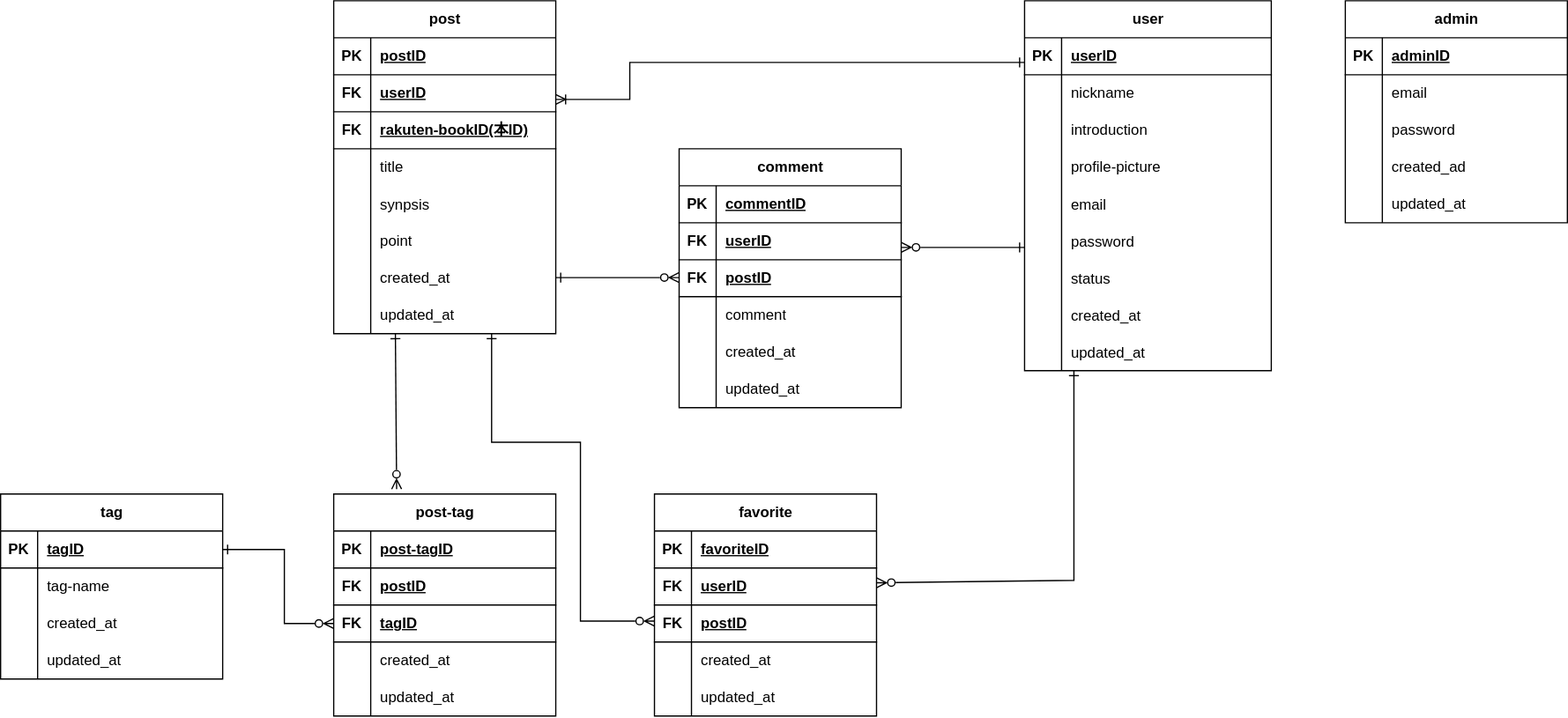
juju8899/honryokan keeps this draw.io diagram as PF.ER図.drawio.svg. Above is the earlier version. Source tidied: cells renumbered, new cells last; positions are measured from the earlier drawing's top-left corner, leaving out a move shared by most shapes.
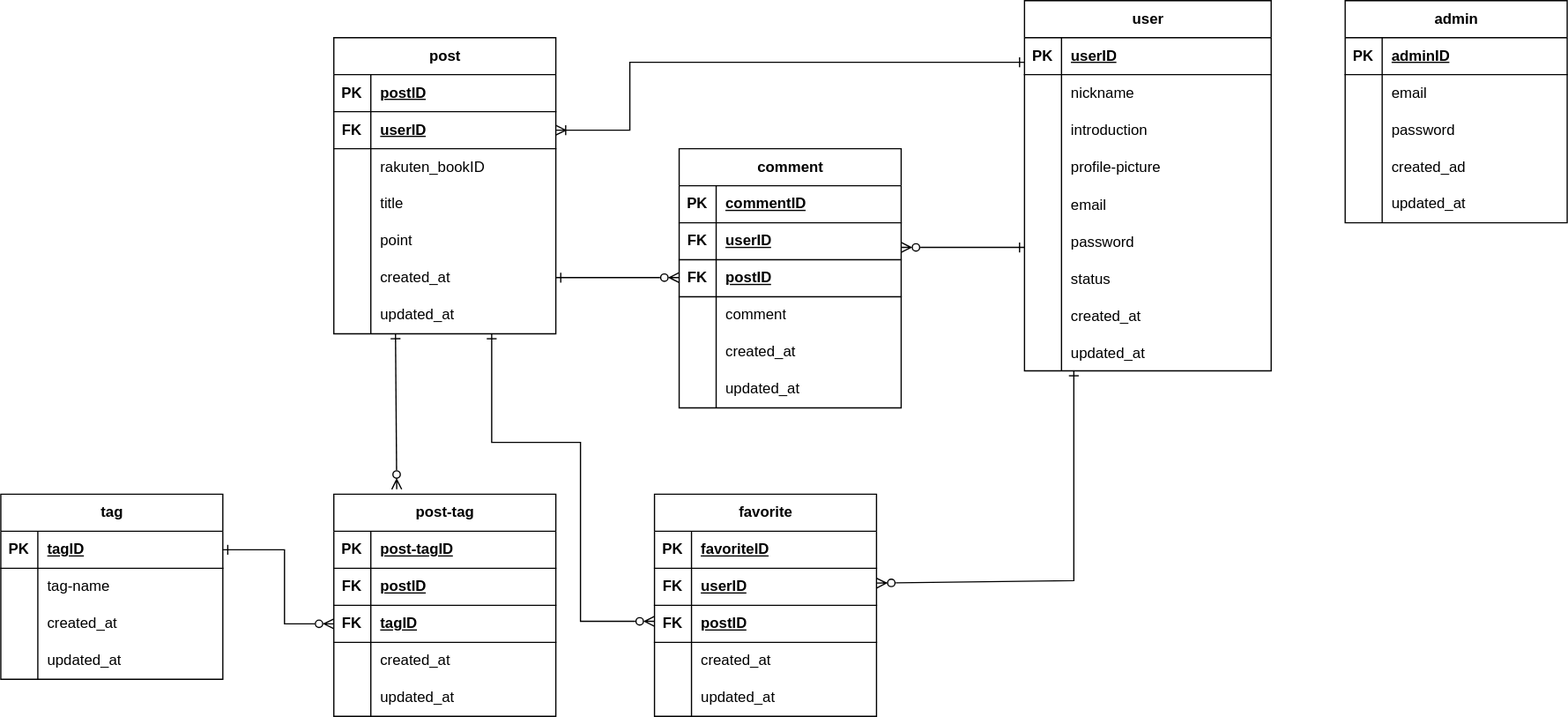
The same diagram one commit later.

Diff of the diagram source:
```diff
@@ -3,7 +3,7 @@
     <mxCell id="0" />
     <mxCell id="1" parent="0" />
     <mxCell id="2" value="post" style="shape=table;startSize=30;rowLines=0;fontStyle=1;align=center;html=1;" parent="1" vertex="1">
-      <mxGeometry x="270" width="180" height="270" as="geometry" />
+      <mxGeometry x="270" y="30" width="180" height="240" as="geometry" />
     </mxCell>
     <mxCell id="3" style="shape=tableRow;horizontal=0;startSize=0;swimlaneHead=0;swimlaneBody=0;fillColor=none;top=0;left=0;right=0;bottom=1;" parent="2" vertex="1">
       <mxGeometry y="30" width="180" height="30" as="geometry" />
@@ -23,15 +23,15 @@
     <mxCell id="8" value="userID" style="shape=partialRectangle;fillColor=none;top=0;left=0;bottom=0;right=0;align=left;spacingLeft=6;fontStyle=5;overflow=hidden;whiteSpace=wrap;html=1;" parent="6" vertex="1">
       <mxGeometry x="30" width="150" height="30" as="geometry" />
     </mxCell>
-    <mxCell id="9" style="shape=tableRow;horizontal=0;startSize=0;swimlaneHead=0;swimlaneBody=0;fillColor=none;top=0;left=0;right=0;bottom=1;" parent="2" vertex="1">
-      <mxGeometry y="90" width="180" height="30" as="geometry" />
-    </mxCell>
-    <mxCell id="10" value="FK" style="shape=partialRectangle;fillColor=none;top=0;left=0;bottom=0;right=0;fontStyle=1;overflow=hidden;whiteSpace=wrap;html=1;" parent="9" vertex="1">
-      <mxGeometry width="30" height="30" as="geometry" />
-    </mxCell>
-    <mxCell id="11" value="rakuten-bookID(本ID)" style="shape=partialRectangle;fillColor=none;top=0;left=0;bottom=0;right=0;align=left;spacingLeft=6;fontStyle=5;overflow=hidden;whiteSpace=wrap;html=1;" parent="9" vertex="1">
-      <mxGeometry x="30" width="150" height="30" as="geometry" />
-    </mxCell>
+    <mxCell id="142" style="shape=tableRow;horizontal=0;startSize=0;swimlaneHead=0;swimlaneBody=0;fillColor=none;top=0;left=0;right=0;bottom=0;" parent="2" vertex="1">
+      <mxGeometry y="90" width="180" height="30" as="geometry" />
+    </mxCell>
+    <mxCell id="143" style="shape=partialRectangle;fillColor=none;top=0;left=0;bottom=0;right=0;overflow=hidden;whiteSpace=wrap;html=1;" parent="142" vertex="1">
+      <mxGeometry width="30" height="30" as="geometry" />
+    </mxCell>
+    <mxCell id="144" value="rakuten_bookID" style="shape=partialRectangle;fillColor=none;top=0;left=0;bottom=0;right=0;align=left;spacingLeft=6;overflow=hidden;whiteSpace=wrap;html=1;" parent="142" vertex="1">
+      <mxGeometry x="30" width="150" height="30" as="geometry" />
+    </mxCell>
     <mxCell id="12" style="shape=tableRow;horizontal=0;startSize=0;swimlaneHead=0;swimlaneBody=0;fillColor=none;top=0;left=0;right=0;bottom=0;" parent="2" vertex="1">
       <mxGeometry y="120" width="180" height="30" as="geometry" />
     </mxCell>
@@ -41,17 +41,8 @@
     <mxCell id="14" value="title" style="shape=partialRectangle;fillColor=none;top=0;left=0;bottom=0;right=0;align=left;spacingLeft=6;overflow=hidden;whiteSpace=wrap;html=1;" parent="12" vertex="1">
       <mxGeometry x="30" width="150" height="30" as="geometry" />
     </mxCell>
-    <mxCell id="15" style="shape=tableRow;horizontal=0;startSize=0;swimlaneHead=0;swimlaneBody=0;fillColor=none;top=0;left=0;right=0;bottom=0;" parent="2" vertex="1">
-      <mxGeometry y="150" width="180" height="30" as="geometry" />
-    </mxCell>
-    <mxCell id="16" style="shape=partialRectangle;fillColor=none;top=0;left=0;bottom=0;right=0;overflow=hidden;" parent="15" vertex="1">
-      <mxGeometry width="30" height="30" as="geometry" />
-    </mxCell>
-    <mxCell id="17" value="synpsis" style="shape=partialRectangle;fillColor=none;top=0;left=0;bottom=0;right=0;align=left;spacingLeft=6;overflow=hidden;" parent="15" vertex="1">
-      <mxGeometry x="30" width="150" height="30" as="geometry" />
-    </mxCell>
     <mxCell id="18" style="shape=tableRow;horizontal=0;startSize=0;swimlaneHead=0;swimlaneBody=0;fillColor=none;top=0;left=0;right=0;bottom=0;" parent="2" vertex="1">
-      <mxGeometry y="180" width="180" height="30" as="geometry" />
+      <mxGeometry y="150" width="180" height="30" as="geometry" />
     </mxCell>
     <mxCell id="19" style="shape=partialRectangle;fillColor=none;top=0;left=0;bottom=0;right=0;overflow=hidden;whiteSpace=wrap;html=1;" parent="18" vertex="1">
       <mxGeometry width="30" height="30" as="geometry" />
@@ -60,7 +51,7 @@
       <mxGeometry x="30" width="150" height="30" as="geometry" />
     </mxCell>
     <mxCell id="21" style="shape=tableRow;horizontal=0;startSize=0;swimlaneHead=0;swimlaneBody=0;fillColor=none;top=0;left=0;right=0;bottom=0;" parent="2" vertex="1">
-      <mxGeometry y="210" width="180" height="30" as="geometry" />
+      <mxGeometry y="180" width="180" height="30" as="geometry" />
     </mxCell>
     <mxCell id="22" style="shape=partialRectangle;fillColor=none;top=0;left=0;bottom=0;right=0;overflow=hidden;whiteSpace=wrap;html=1;" parent="21" vertex="1">
       <mxGeometry width="30" height="30" as="geometry" />
@@ -69,7 +60,7 @@
       <mxGeometry x="30" width="150" height="30" as="geometry" />
     </mxCell>
     <mxCell id="24" style="shape=tableRow;horizontal=0;startSize=0;swimlaneHead=0;swimlaneBody=0;fillColor=none;top=0;left=0;right=0;bottom=0;" parent="2" vertex="1">
-      <mxGeometry y="240" width="180" height="30" as="geometry" />
+      <mxGeometry y="210" width="180" height="30" as="geometry" />
     </mxCell>
     <mxCell id="25" style="shape=partialRectangle;fillColor=none;top=0;left=0;bottom=0;right=0;overflow=hidden;whiteSpace=wrap;html=1;" parent="24" vertex="1">
       <mxGeometry width="30" height="30" as="geometry" />
@@ -401,12 +392,11 @@
     <mxCell id="134" value="updated_at" style="shape=partialRectangle;fillColor=none;top=0;left=0;bottom=0;right=0;align=left;spacingLeft=6;overflow=hidden;whiteSpace=wrap;html=1;" parent="132" vertex="1">
       <mxGeometry x="30" width="150" height="30" as="geometry" />
     </mxCell>
-    <mxCell id="135" style="endArrow=ERone;html=1;rounded=0;entryX=0;entryY=0.5;entryDx=0;entryDy=0;exitX=1;exitY=0.5;exitDx=0;exitDy=0;startArrow=ERoneToMany;startFill=0;endFill=0;" parent="1" edge="1">
+    <mxCell id="135" style="endArrow=ERone;html=1;rounded=0;entryX=0;entryY=0.5;entryDx=0;entryDy=0;exitX=1;exitY=0.5;exitDx=0;exitDy=0;startArrow=ERoneToMany;startFill=0;endFill=0;" parent="1" edge="1" source="6">
       <mxGeometry relative="1" as="geometry">
-        <mxPoint x="450" y="80" as="sourcePoint" />
         <mxPoint x="830" y="50" as="targetPoint" />
         <Array as="points">
-          <mxPoint x="510" y="80" />
+          <mxPoint x="510" y="105" />
           <mxPoint x="510" y="50" />
         </Array>
       </mxGeometry>
```
